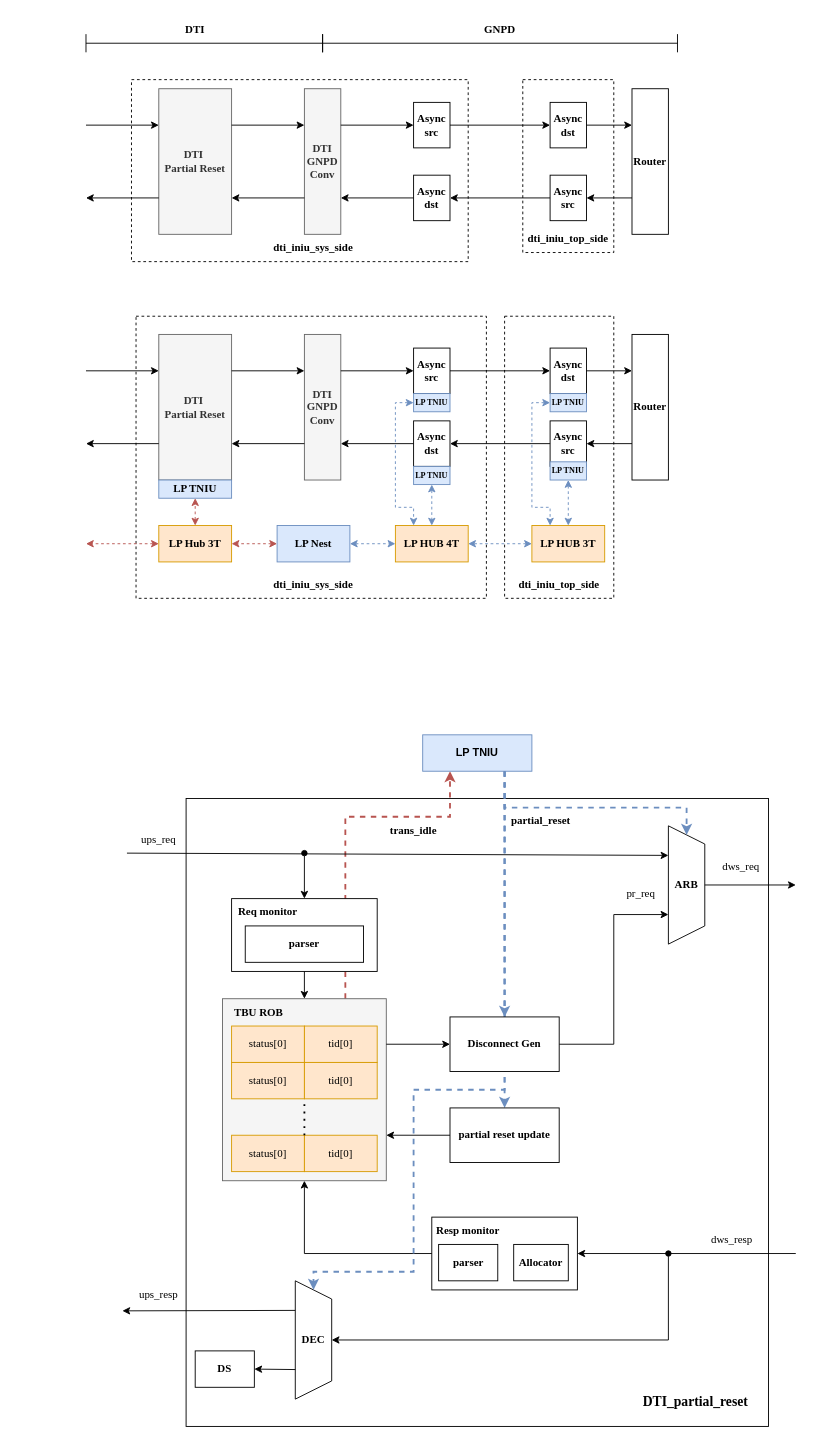
Earlier version of the draw.io diagram page "dti iniu" (1 of 2) of doc/dti.drawio (sanqi625/dti_noc). Source tidied: cells renumbered, new cells numbered last; positions are measured from the earlier drawing's top-left corner, leaving out a move shared by most shapes. Both pictures are drawn from the tidied source at 91%, with x=0, y=0 at pixel (86, 15).
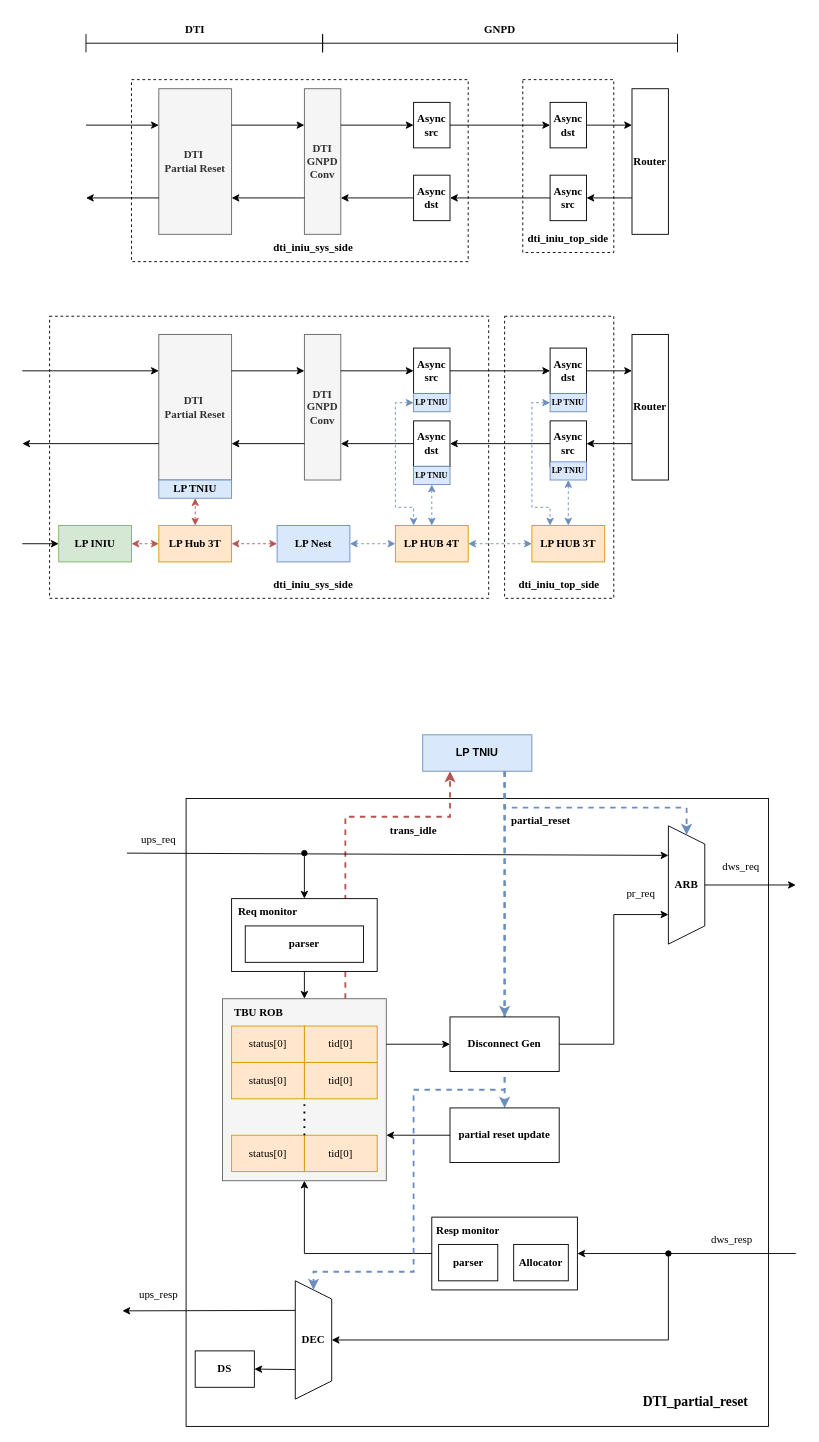
After the change.

Unchanged cells that the change refers to:
```xml
<mxCell id="34" value="&lt;span&gt;DTI&amp;nbsp;&lt;/span&gt;&lt;div&gt;&lt;span&gt;Partial Reset&lt;/span&gt;&lt;/div&gt;" style="rounded=0;whiteSpace=wrap;html=1;fillColor=#f5f5f5;fontColor=#333333;strokeColor=#666666;fontFamily=Times New Roman;fontStyle=1;" parent="1" vertex="1">
  <mxGeometry x="80" y="350" width="80" height="160" as="geometry" />
</mxCell>
<mxCell id="53" value="&lt;font&gt;LP Hub 3T&lt;/font&gt;" style="rounded=0;whiteSpace=wrap;html=1;fillColor=#ffe6cc;strokeColor=#d79b00;fontStyle=1;fontFamily=Times New Roman;" parent="1" vertex="1">
  <mxGeometry x="80" y="560" width="80" height="40" as="geometry" />
</mxCell>
```

What changed in the source:
```diff
@@
     <mxCell id="8" style="rounded=0;whiteSpace=wrap;html=1;dashed=1;" parent="1" vertex="1">
-      <mxGeometry x="55" y="330" width="385" height="310" as="geometry" />
+      <mxGeometry x="-40" y="330" width="482.5" height="310" as="geometry" />
     </mxCell>
@@
     <mxCell id="36" style="endArrow=classic;html=1;rounded=0;entryX=0;entryY=0.25;entryDx=0;entryDy=0;fontFamily=Times New Roman;fontStyle=1;" parent="1" edge="1" target="34">
       <mxGeometry relative="1" as="geometry">
-        <mxPoint y="390" as="sourcePoint" />
+        <mxPoint x="-70" y="390" as="sourcePoint" />
       </mxGeometry>
     </mxCell>
     <mxCell id="37" style="endArrow=classic;html=1;rounded=0;exitX=0;exitY=0.75;exitDx=0;exitDy=0;fontFamily=Times New Roman;fontStyle=1;" parent="1" edge="1" source="34">
       <mxGeometry relative="1" as="geometry">
-        <mxPoint y="470" as="targetPoint" />
+        <mxPoint x="-70" y="470" as="targetPoint" />
       </mxGeometry>
     </mxCell>
@@
     <mxCell id="55" style="endArrow=classic;html=1;rounded=0;exitX=0.5;exitY=0;exitDx=0;exitDy=0;startArrow=classic;startFill=1;fillColor=#f8cecc;strokeColor=#b85450;dashed=1;fontFamily=Times New Roman;fontStyle=1;" parent="1" edge="1" source="53">
       <mxGeometry relative="1" as="geometry">
         <mxPoint x="120" y="530" as="targetPoint" />
+        <Array as="points">
+          <mxPoint x="120" y="550" />
+        </Array>
       </mxGeometry>
     </mxCell>
     <mxCell id="56" style="endArrow=classic;html=1;rounded=0;exitX=0;exitY=0.5;exitDx=0;exitDy=0;startArrow=classic;startFill=1;fillColor=#f8cecc;strokeColor=#b85450;dashed=1;fontFamily=Times New Roman;fontStyle=1;" parent="1" edge="1" source="53">
       <mxGeometry relative="1" as="geometry">
-        <mxPoint y="580" as="targetPoint" />
+        <mxPoint x="50" y="580" as="targetPoint" />
       </mxGeometry>
     </mxCell>
@@
+    <mxCell id="115" value="&lt;font&gt;LP INIU&lt;/font&gt;" style="rounded=0;whiteSpace=wrap;html=1;fillColor=#d5e8d4;strokeColor=#82b366;fontStyle=1;fontFamily=Times New Roman;" parent="1" vertex="1">
+      <mxGeometry x="-30" y="560" width="80" height="40" as="geometry" />
+    </mxCell>
+    <mxCell id="116" style="endArrow=classic;html=1;rounded=0;entryX=0;entryY=0.5;entryDx=0;entryDy=0;" parent="1" edge="1" target="115">
+      <mxGeometry relative="1" as="geometry">
+        <mxPoint x="-70" y="580" as="sourcePoint" />
+      </mxGeometry>
+    </mxCell>
```
